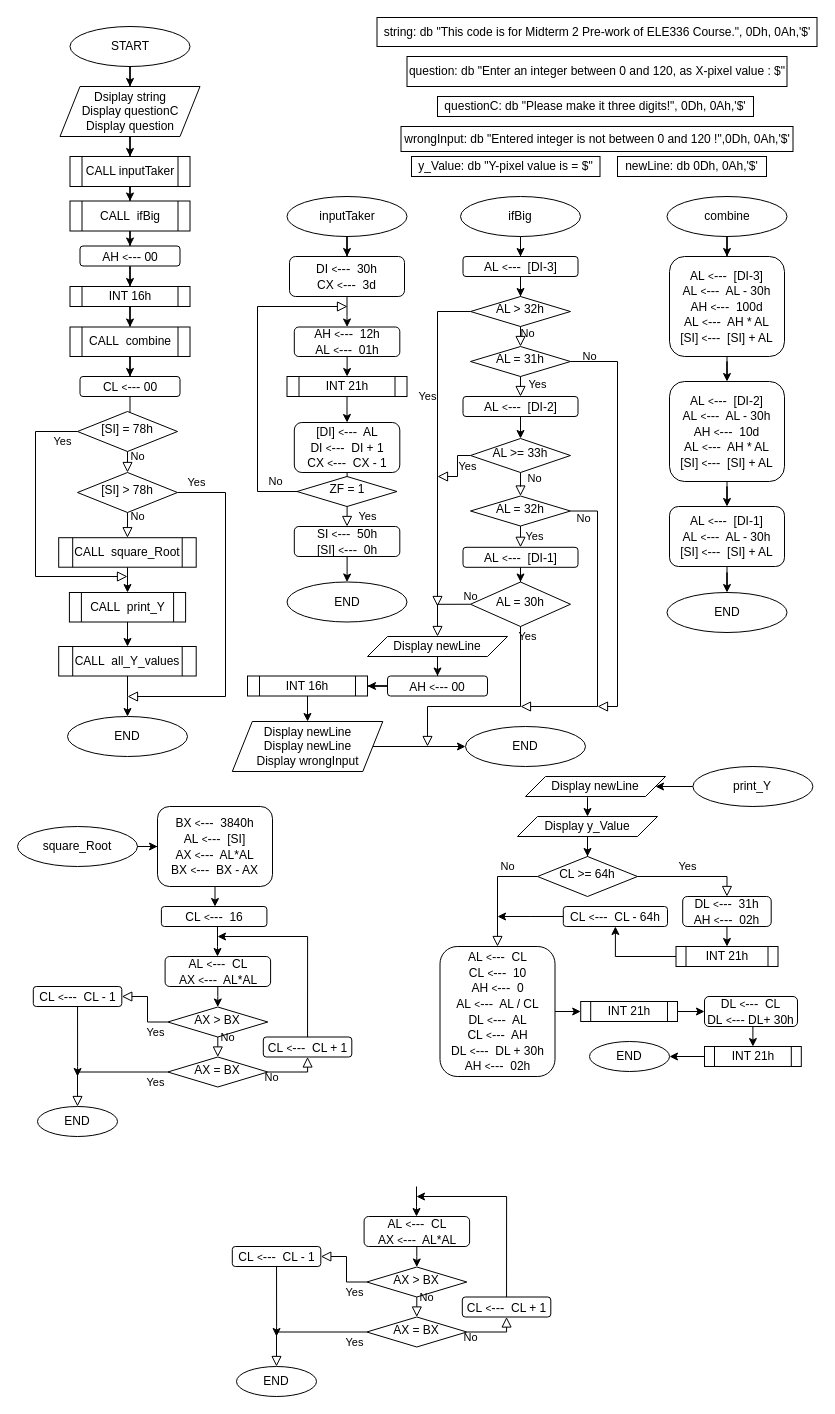
Above: micro_mt2_1.drawio in mmuurraatt/My-Projects-On-Github (draw.io), before the change. Source tidied: cells renumbered, new cells numbered last; positions are measured from the earlier drawing's top-left corner, leaving out a move shared by most shapes. Both pictures are drawn from the tidied source at 100%, with x=0, y=0 at pixel (17, 17).
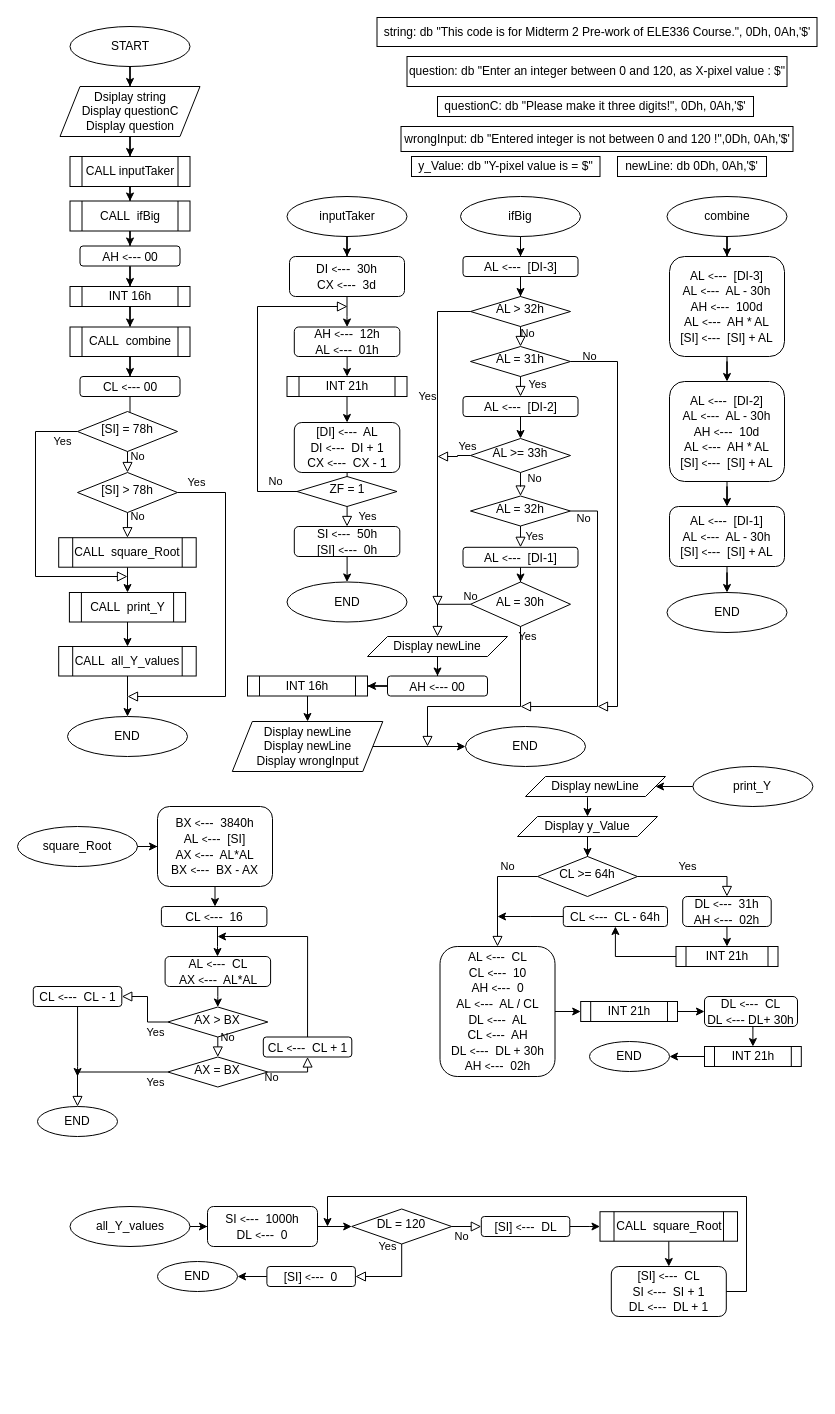
After the change.

The change refers to these unchanged cells:
```xml
<mxCell id="67" value="AL &amp;gt;= 33h" style="rhombus;whiteSpace=wrap;html=1;shadow=0;fontFamily=Helvetica;fontSize=12;align=center;strokeWidth=1;spacing=6;spacingTop=-4;" parent="1" vertex="1">
  <mxGeometry x="453" y="421" width="100" height="34" as="geometry" />
</mxCell>
```

Diff of the diagram source:
```diff
@@
     <mxCell id="70" value="Yes" style="rounded=0;html=1;jettySize=auto;fontSize=11;endArrow=block;endFill=0;endSize=8;strokeWidth=1;shadow=0;labelBackgroundColor=none;edgeStyle=orthogonalEdgeStyle;exitX=0;exitY=0.5;exitDx=0;exitDy=0;" parent="1" edge="1" source="67">
-      <mxGeometry x="-0.11" y="10" relative="1" as="geometry">
-        <mxPoint x="420" y="459" as="targetPoint" />
+      <mxGeometry x="-0.82" y="-9" relative="1" as="geometry">
+        <mxPoint x="420" y="439" as="targetPoint" />
         <Array as="points">
           <mxPoint x="440" y="438" />
-          <mxPoint x="440" y="459" />
+          <mxPoint x="420" y="439" />
         </Array>
       </mxGeometry>
     </mxCell>
@@
-    <mxCell id="139" style="edgeStyle=orthogonalEdgeStyle;rounded=0;jettySize=auto;html=1;" parent="1" edge="1" target="144">
-      <mxGeometry relative="1" as="geometry">
-        <mxPoint x="399" y="1169" as="sourcePoint" />
-        <Array as="points">
-          <mxPoint x="399" y="1189" />
-          <mxPoint x="399" y="1189" />
-        </Array>
-      </mxGeometry>
-    </mxCell>
-    <mxCell id="140" value="AX &amp;gt; BX" style="rhombus;whiteSpace=wrap;html=1;shadow=0;fontFamily=Helvetica;fontSize=12;align=center;strokeWidth=1;spacing=6;spacingTop=-4;" parent="1" vertex="1">
-      <mxGeometry x="349.3" y="1249.5" width="100" height="30" as="geometry" />
-    </mxCell>
-    <mxCell id="141" value="No" style="rounded=0;html=1;jettySize=auto;fontSize=11;endArrow=block;endFill=0;endSize=8;strokeWidth=1;shadow=0;labelBackgroundColor=none;edgeStyle=orthogonalEdgeStyle;exitX=0.5;exitY=1;exitDx=0;exitDy=0;entryX=0.5;entryY=0;entryDx=0;entryDy=0;" parent="1" edge="1" source="140" target="145">
-      <mxGeometry x="-1" y="10" relative="1" as="geometry">
-        <Array as="points">
-          <mxPoint x="399" y="1299" />
-        </Array>
-      </mxGeometry>
-    </mxCell>
+    <mxCell id="153" style="edgeStyle=orthogonalEdgeStyle;rounded=0;jettySize=auto;html=1;" parent="1" edge="1" source="154" target="156">
+      <mxGeometry relative="1" as="geometry" />
+    </mxCell>
+    <mxCell id="154" value="all_Y_values" style="ellipse;whiteSpace=wrap;html=1;" parent="1" vertex="1">
+      <mxGeometry x="52.5" y="1189" width="120" height="40" as="geometry" />
+    </mxCell>
+    <mxCell id="155" style="edgeStyle=orthogonalEdgeStyle;rounded=0;jettySize=auto;html=1;" parent="1" edge="1" source="156" target="157">
+      <mxGeometry relative="1" as="geometry" />
+    </mxCell>
+    <mxCell id="156" value="SI&amp;nbsp;&lt;font style=&quot;font-size: 10px&quot;&gt;&amp;lt;&lt;/font&gt;&lt;font style=&quot;font-size: 13px&quot;&gt;---&lt;/font&gt;&amp;nbsp; 1000h&lt;br&gt;DL&amp;nbsp;&lt;font style=&quot;font-size: 10px&quot;&gt;&amp;lt;&lt;/font&gt;&lt;font style=&quot;font-size: 13px&quot;&gt;---&lt;/font&gt;&amp;nbsp; 0" style="rounded=1;whiteSpace=wrap;html=1;fontSize=12;glass=0;strokeWidth=1;shadow=0;" parent="1" vertex="1">
+      <mxGeometry x="190" y="1189" width="110" height="40" as="geometry" />
+    </mxCell>
+    <mxCell id="157" value="DL = 120" style="rhombus;whiteSpace=wrap;html=1;shadow=0;fontFamily=Helvetica;fontSize=12;align=center;strokeWidth=1;spacing=6;spacingTop=-4;" parent="1" vertex="1">
+      <mxGeometry x="334.2" y="1191.5" width="100" height="35" as="geometry" />
+    </mxCell>
+    <mxCell id="158" value="No" style="rounded=0;html=1;jettySize=auto;fontSize=11;endArrow=block;endFill=0;endSize=8;strokeWidth=1;shadow=0;labelBackgroundColor=none;edgeStyle=orthogonalEdgeStyle;exitX=1;exitY=0.5;exitDx=0;exitDy=0;entryX=0;entryY=0.5;entryDx=0;entryDy=0;" parent="1" edge="1" source="157" target="160">
+      <mxGeometry x="-0.31" y="-10" relative="1" as="geometry" />
+    </mxCell>
+    <mxCell id="159" style="edgeStyle=orthogonalEdgeStyle;rounded=0;jettySize=auto;html=1;" parent="1" edge="1" source="160" target="162">
+      <mxGeometry relative="1" as="geometry" />
+    </mxCell>
+    <mxCell id="160" value="[SI]&amp;nbsp;&lt;font style=&quot;font-size: 10px&quot;&gt;&amp;lt;&lt;/font&gt;&lt;font style=&quot;font-size: 13px&quot;&gt;---&lt;/font&gt;&amp;nbsp; DL" style="rounded=1;whiteSpace=wrap;html=1;fontSize=12;glass=0;strokeWidth=1;shadow=0;" parent="1" vertex="1">
+      <mxGeometry x="463.8" y="1199" width="88.5" height="20" as="geometry" />
+    </mxCell>
+    <mxCell id="161" style="edgeStyle=orthogonalEdgeStyle;rounded=0;jettySize=auto;html=1;" parent="1" edge="1" source="162" target="163">
+      <mxGeometry relative="1" as="geometry" />
+    </mxCell>
+    <mxCell id="162" value="CALL&amp;nbsp; square_Root" style="shape=process;whiteSpace=wrap;html=1;backgroundOutline=1;" parent="1" vertex="1">
+      <mxGeometry x="582.5" y="1194.2" width="137.5" height="29.5" as="geometry" />
+    </mxCell>
+    <mxCell id="163" value="[SI]&amp;nbsp;&lt;font style=&quot;font-size: 10px&quot;&gt;&amp;lt;&lt;/font&gt;&lt;font style=&quot;font-size: 13px&quot;&gt;---&lt;/font&gt;&amp;nbsp; CL&lt;br&gt;SI&amp;nbsp;&lt;font style=&quot;font-size: 10px&quot;&gt;&amp;lt;&lt;/font&gt;&lt;font style=&quot;font-size: 13px&quot;&gt;---&lt;/font&gt;&amp;nbsp; SI + 1&lt;br&gt;DL&amp;nbsp;&lt;font style=&quot;font-size: 10px&quot;&gt;&amp;lt;&lt;/font&gt;&lt;font style=&quot;font-size: 13px&quot;&gt;---&lt;/font&gt;&amp;nbsp; DL + 1" style="rounded=1;whiteSpace=wrap;html=1;fontSize=12;glass=0;strokeWidth=1;shadow=0;" parent="1" vertex="1">
+      <mxGeometry x="593.8" y="1249" width="115" height="50" as="geometry" />
+    </mxCell>
+    <mxCell id="164" style="edgeStyle=orthogonalEdgeStyle;rounded=0;jettySize=auto;html=1;exitX=1;exitY=0.5;exitDx=0;exitDy=0;" parent="1" edge="1" source="163">
+      <mxGeometry relative="1" as="geometry">
+        <mxPoint x="310" y="1209" as="targetPoint" />
+        <Array as="points">
+          <mxPoint x="729" y="1274" />
+          <mxPoint x="729" y="1179" />
+          <mxPoint x="310" y="1179" />
+        </Array>
+      </mxGeometry>
+    </mxCell>
+    <mxCell id="165" value="Yes" style="rounded=0;html=1;jettySize=auto;fontSize=11;endArrow=block;endFill=0;endSize=8;strokeWidth=1;shadow=0;labelBackgroundColor=none;edgeStyle=orthogonalEdgeStyle;exitX=0.5;exitY=1;exitDx=0;exitDy=0;entryX=1;entryY=0.5;entryDx=0;entryDy=0;" parent="1" edge="1" source="157" target="167">
+      <mxGeometry x="-0.94" y="-14" relative="1" as="geometry">
+        <Array as="points">
+          <mxPoint x="384" y="1259" />
+        </Array>
+      </mxGeometry>
+    </mxCell>
+    <mxCell id="166" style="edgeStyle=orthogonalEdgeStyle;rounded=0;jettySize=auto;html=1;exitX=0;exitY=0.5;exitDx=0;exitDy=0;entryX=1;entryY=0.5;entryDx=0;entryDy=0;" parent="1" edge="1" source="167" target="142">
+      <mxGeometry relative="1" as="geometry" />
+    </mxCell>
+    <mxCell id="167" value="[SI]&amp;nbsp;&lt;font style=&quot;font-size: 10px&quot;&gt;&amp;lt;&lt;/font&gt;&lt;font style=&quot;font-size: 13px&quot;&gt;---&lt;/font&gt;&amp;nbsp; 0" style="rounded=1;whiteSpace=wrap;html=1;fontSize=12;glass=0;strokeWidth=1;shadow=0;" parent="1" vertex="1">
+      <mxGeometry x="249.4" y="1249" width="88.5" height="20" as="geometry" />
+    </mxCell>
     <mxCell id="142" value="END" style="ellipse;whiteSpace=wrap;html=1;" parent="1" vertex="1">
-      <mxGeometry x="219" y="1349" width="80" height="30" as="geometry" />
+      <mxGeometry x="140" y="1244" width="80" height="30" as="geometry" />
     </mxCell>
-    <mxCell id="143" style="edgeStyle=orthogonalEdgeStyle;rounded=0;jettySize=auto;html=1;entryX=0.5;entryY=0;entryDx=0;entryDy=0;" parent="1" edge="1" source="144" target="140">
-      <mxGeometry relative="1" as="geometry">
-        <Array as="points">
-          <mxPoint x="399" y="1239" />
-          <mxPoint x="399" y="1239" />
-          <mxPoint x="399" y="1250" />
-        </Array>
-      </mxGeometry>
-    </mxCell>
-    <mxCell id="144" value="AL&amp;nbsp;&lt;font style=&quot;font-size: 10px&quot;&gt;&amp;lt;&lt;/font&gt;&lt;font style=&quot;font-size: 13px&quot;&gt;---&lt;/font&gt;&amp;nbsp; CL&lt;br&gt;AX&amp;nbsp;&lt;font style=&quot;font-size: 10px&quot;&gt;&amp;lt;&lt;/font&gt;&lt;font style=&quot;font-size: 13px&quot;&gt;---&lt;/font&gt;&amp;nbsp; AL*AL" style="rounded=1;whiteSpace=wrap;html=1;fontSize=12;glass=0;strokeWidth=1;shadow=0;" parent="1" vertex="1">
-      <mxGeometry x="346.6" y="1199" width="105.5" height="30" as="geometry" />
-    </mxCell>
-    <mxCell id="145" value="AX = BX" style="rhombus;whiteSpace=wrap;html=1;shadow=0;fontFamily=Helvetica;fontSize=12;align=center;strokeWidth=1;spacing=6;spacingTop=-4;" parent="1" vertex="1">
-      <mxGeometry x="349.3" y="1299.5" width="100" height="30" as="geometry" />
-    </mxCell>
-    <mxCell id="146" value="Yes" style="rounded=0;html=1;jettySize=auto;fontSize=11;endArrow=block;endFill=0;endSize=8;strokeWidth=1;shadow=0;labelBackgroundColor=none;edgeStyle=orthogonalEdgeStyle;exitX=0;exitY=0.5;exitDx=0;exitDy=0;entryX=1;entryY=0.5;entryDx=0;entryDy=0;" parent="1" edge="1" source="140" target="152">
-      <mxGeometry x="-0.67" y="10" relative="1" as="geometry">
-        <Array as="points">
-          <mxPoint x="329" y="1264" />
-          <mxPoint x="329" y="1239" />
-        </Array>
-      </mxGeometry>
-    </mxCell>
-    <mxCell id="147" value="Yes" style="rounded=0;html=1;jettySize=auto;fontSize=11;endArrow=block;endFill=0;endSize=8;strokeWidth=1;shadow=0;labelBackgroundColor=none;edgeStyle=orthogonalEdgeStyle;exitX=0;exitY=0.5;exitDx=0;exitDy=0;entryX=0.5;entryY=0;entryDx=0;entryDy=0;" parent="1" edge="1" source="145" target="142">
-      <mxGeometry x="-0.81" y="10" relative="1" as="geometry">
-        <Array as="points">
-          <mxPoint x="259" y="1315" />
-        </Array>
-      </mxGeometry>
-    </mxCell>
-    <mxCell id="148" value="No" style="rounded=0;html=1;jettySize=auto;fontSize=11;endArrow=block;endFill=0;endSize=8;strokeWidth=1;shadow=0;labelBackgroundColor=none;edgeStyle=orthogonalEdgeStyle;exitX=1;exitY=0.5;exitDx=0;exitDy=0;entryX=0.5;entryY=1;entryDx=0;entryDy=0;" parent="1" edge="1" source="145" target="150">
-      <mxGeometry x="-0.85" y="-5" relative="1" as="geometry">
-        <Array as="points">
-          <mxPoint x="489" y="1314" />
-        </Array>
-      </mxGeometry>
-    </mxCell>
-    <mxCell id="149" style="edgeStyle=orthogonalEdgeStyle;rounded=0;jettySize=auto;html=1;exitX=0.5;exitY=0;exitDx=0;exitDy=0;" parent="1" edge="1" source="150">
-      <mxGeometry relative="1" as="geometry">
-        <mxPoint x="399" y="1179" as="targetPoint" />
-        <Array as="points">
-          <mxPoint x="489" y="1179" />
-        </Array>
-      </mxGeometry>
-    </mxCell>
-    <mxCell id="150" value="CL&amp;nbsp;&lt;font style=&quot;font-size: 10px&quot;&gt;&amp;lt;&lt;/font&gt;&lt;font style=&quot;font-size: 13px&quot;&gt;---&lt;/font&gt;&amp;nbsp; CL + 1" style="rounded=1;whiteSpace=wrap;html=1;fontSize=12;glass=0;strokeWidth=1;shadow=0;" parent="1" vertex="1">
-      <mxGeometry x="444.8" y="1279.5" width="88.5" height="20" as="geometry" />
-    </mxCell>
-    <mxCell id="151" style="edgeStyle=orthogonalEdgeStyle;rounded=0;jettySize=auto;html=1;exitX=0.5;exitY=1;exitDx=0;exitDy=0;" parent="1" edge="1" source="152">
-      <mxGeometry relative="1" as="geometry">
-        <mxPoint x="259" y="1319" as="targetPoint" />
-        <Array as="points">
-          <mxPoint x="259" y="1309" />
-        </Array>
-      </mxGeometry>
-    </mxCell>
-    <mxCell id="152" value="CL&amp;nbsp;&lt;font style=&quot;font-size: 10px&quot;&gt;&amp;lt;&lt;/font&gt;&lt;font style=&quot;font-size: 13px&quot;&gt;---&lt;/font&gt;&amp;nbsp; CL - 1" style="rounded=1;whiteSpace=wrap;html=1;fontSize=12;glass=0;strokeWidth=1;shadow=0;" parent="1" vertex="1">
-      <mxGeometry x="214.8" y="1229" width="88.5" height="20" as="geometry" />
-    </mxCell>
```
